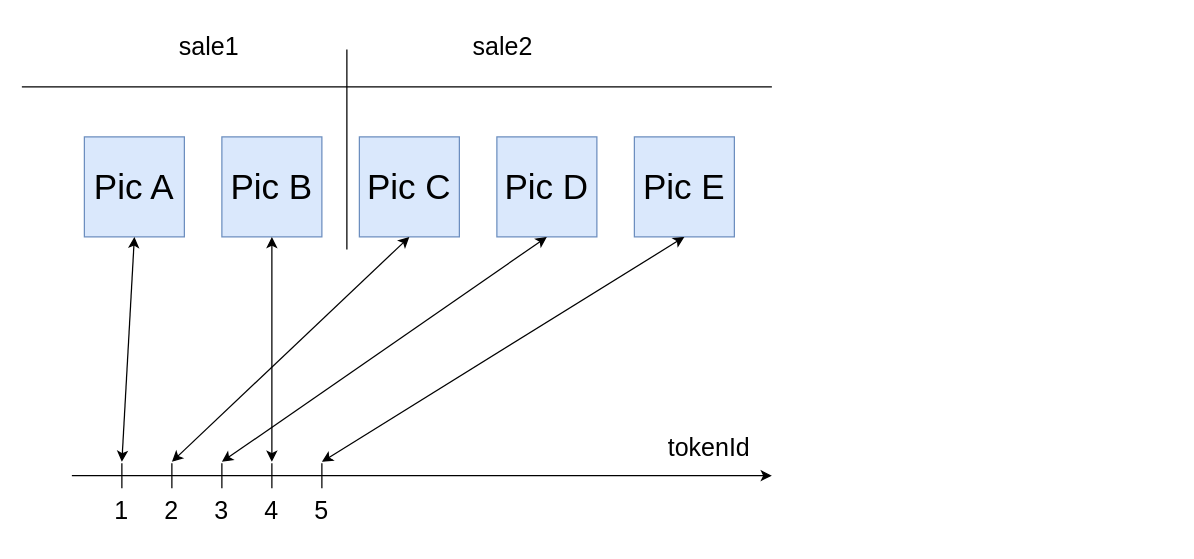
This is Untitled Diagram.drawio from Tung40194/draw.io, a draw.io file, before an edit. Source tidied: cells renumbered, new cells numbered last; positions are measured from the earlier drawing's top-left corner, leaving out a move shared by most shapes. Both pictures are drawn from the tidied source at 125%, with x=0, y=0 at pixel (21, 24).
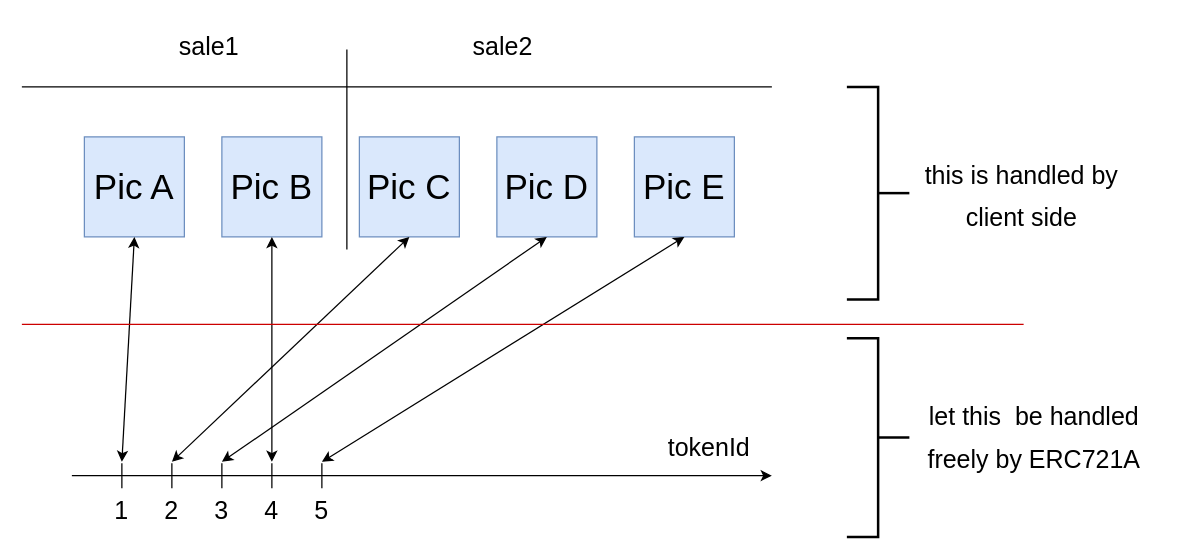
After the change.

Change to the diagram source:
```diff
@@
+    <mxCell id="28" style="endArrow=none;html=1;rounded=0;fontSize=28;fontColor=#000000;strokeColor=#CC0000;" parent="1" edge="1">
+      <mxGeometry relative="1" as="geometry">
+        <mxPoint x="801.4" y="240" as="sourcePoint" />
+        <mxPoint y="240" as="targetPoint" />
+      </mxGeometry>
+    </mxCell>
+    <mxCell id="29" style="strokeWidth=2;html=1;shape=mxgraph.flowchart.annotation_2;align=left;labelPosition=right;fontSize=20;fontColor=#000000;direction=west;" parent="1" vertex="1">
+      <mxGeometry x="660" y="50" width="50" height="170" as="geometry" />
+    </mxCell>
+    <mxCell id="30" style="strokeWidth=2;html=1;shape=mxgraph.flowchart.annotation_2;align=left;labelPosition=right;fontSize=20;fontColor=#000000;direction=west;" parent="1" vertex="1">
+      <mxGeometry x="660" y="251" width="50" height="159" as="geometry" />
+    </mxCell>
+    <mxCell id="31" value="&lt;span style=&quot;font-size: 20px;&quot;&gt;let this &amp;nbsp;be handled freely by ERC721A&lt;/span&gt;" style="text;html=1;strokeColor=none;fillColor=none;align=center;verticalAlign=middle;whiteSpace=wrap;rounded=0;fontSize=28;" parent="1" vertex="1">
+      <mxGeometry x="700" y="285.5" width="220" height="85.5" as="geometry" />
+    </mxCell>
+    <mxCell id="32" value="&lt;span style=&quot;font-size: 20px;&quot;&gt;this is handled by client side&lt;/span&gt;" style="text;html=1;strokeColor=none;fillColor=none;align=center;verticalAlign=middle;whiteSpace=wrap;rounded=0;fontSize=28;" parent="1" vertex="1">
+      <mxGeometry x="720" y="109.3" width="160" height="51.4" as="geometry" />
+    </mxCell>
```
